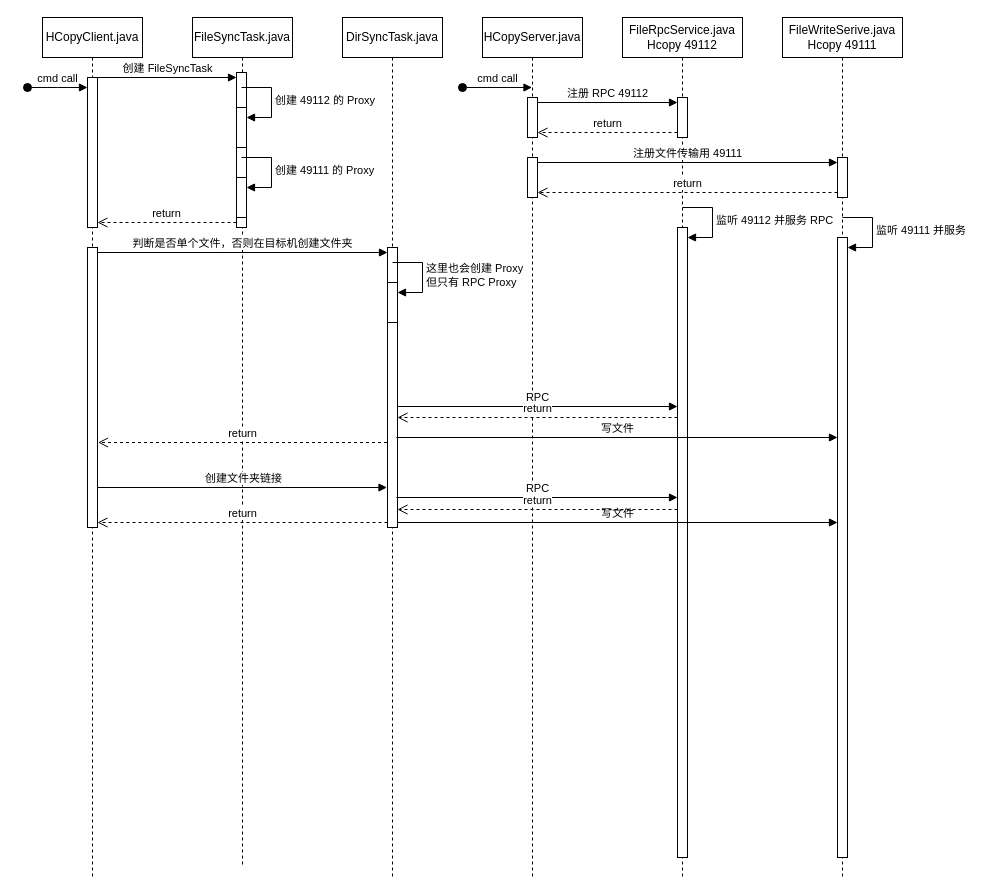
This is seq.drawio from int32max/myjs, a draw.io file, before an edit. Source tidied: cells renumbered, new cells numbered last; positions are measured from the earlier drawing's top-left corner, leaving out a move shared by most shapes. Both pictures are drawn from the tidied source at 100%, with x=0, y=0 at pixel (27, 17).
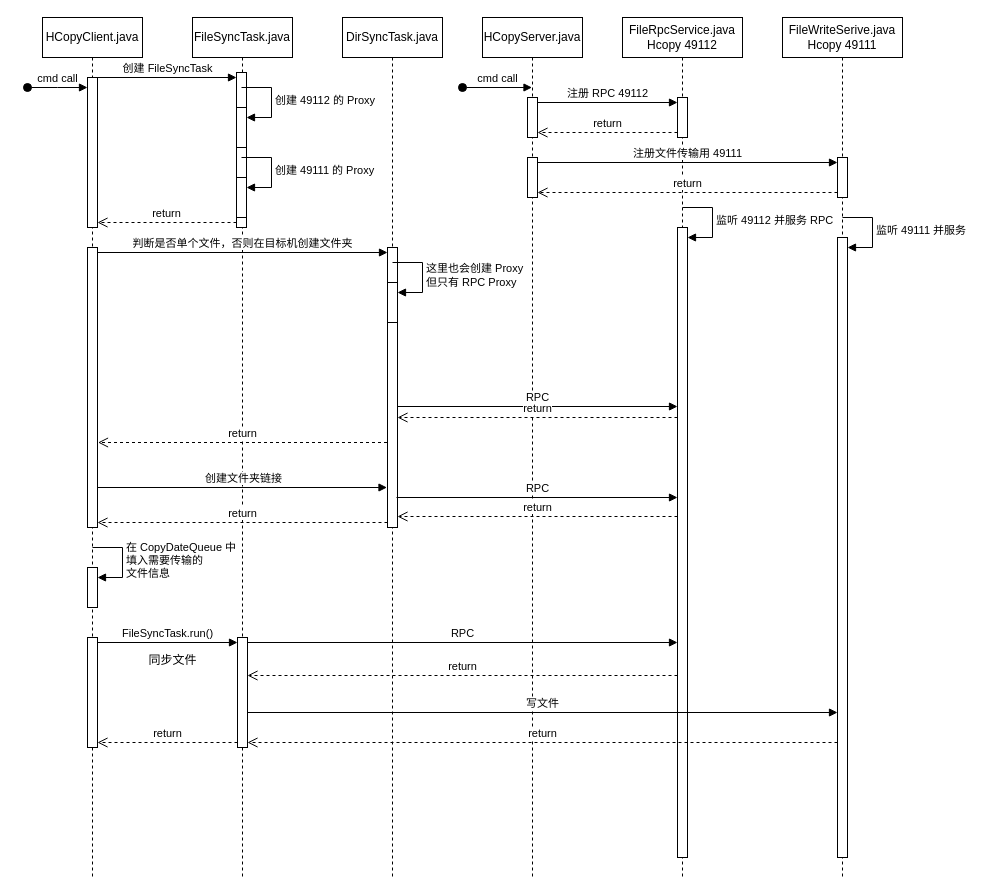
The same diagram, later.

The change refers to these unchanged cells:
```xml
<mxCell id="2" value="HCopyClient.java" style="shape=umlLifeline;perimeter=lifelinePerimeter;whiteSpace=wrap;html=1;newEdgeStyle={&quot;edgeStyle&quot;:&quot;elbowEdgeStyle&quot;,&quot;elbow&quot;:&quot;vertical&quot;,&quot;curved&quot;:0,&quot;rounded&quot;:0};" parent="1" vertex="1">
  <mxGeometry x="15" width="100" height="860" as="geometry" />
</mxCell>
<mxCell id="13" style="html=1;points=[[0,0,0,0,5],[0,1,0,0,-5],[1,0,0,0,5],[1,1,0,0,-5]];perimeter=orthogonalPerimeter;outlineConnect=0;targetShapes=umlLifeline;portConstraint=eastwest;newEdgeStyle={&quot;curved&quot;:0,&quot;rounded&quot;:0};" parent="12" vertex="1">
  <mxGeometry x="45" y="230" width="10" height="280" as="geometry" />
</mxCell>
<mxCell id="21" style="html=1;points=[[0,0,0,0,5],[0,1,0,0,-5],[1,0,0,0,5],[1,1,0,0,-5]];perimeter=orthogonalPerimeter;outlineConnect=0;targetShapes=umlLifeline;portConstraint=eastwest;newEdgeStyle={&quot;curved&quot;:0,&quot;rounded&quot;:0};" parent="19" vertex="1">
  <mxGeometry x="55" y="210" width="10" height="630" as="geometry" />
</mxCell>
<mxCell id="25" style="html=1;points=[[0,0,0,0,5],[0,1,0,0,-5],[1,0,0,0,5],[1,1,0,0,-5]];perimeter=orthogonalPerimeter;outlineConnect=0;targetShapes=umlLifeline;portConstraint=eastwest;newEdgeStyle={&quot;curved&quot;:0,&quot;rounded&quot;:0};" parent="23" vertex="1">
  <mxGeometry x="55" y="220" width="10" height="620" as="geometry" />
</mxCell>
```

What changed in the source:
```diff
@@
+    <mxCell id="44" style="html=1;points=[[0,0,0,0,5],[0,1,0,0,-5],[1,0,0,0,5],[1,1,0,0,-5]];perimeter=orthogonalPerimeter;outlineConnect=0;targetShapes=umlLifeline;portConstraint=eastwest;newEdgeStyle={&quot;curved&quot;:0,&quot;rounded&quot;:0};" parent="2" vertex="1">
+      <mxGeometry x="45" y="550" width="10" height="40" as="geometry" />
+    </mxCell>
+    <mxCell id="45" value="在 CopyDateQueue 中&lt;br&gt;填入需要传输的&lt;br&gt;文件信息" style="html=1;align=left;spacingLeft=2;endArrow=block;rounded=0;edgeStyle=orthogonalEdgeStyle;curved=0;rounded=0;" parent="2" edge="1" target="44">
+      <mxGeometry relative="1" as="geometry">
+        <mxPoint x="50" y="530" as="sourcePoint" />
+        <Array as="points">
+          <mxPoint x="80" y="560" />
+        </Array>
+      </mxGeometry>
+    </mxCell>
+    <mxCell id="46" style="html=1;points=[[0,0,0,0,5],[0,1,0,0,-5],[1,0,0,0,5],[1,1,0,0,-5]];perimeter=orthogonalPerimeter;outlineConnect=0;targetShapes=umlLifeline;portConstraint=eastwest;newEdgeStyle={&quot;curved&quot;:0,&quot;rounded&quot;:0};" parent="2" vertex="1">
+      <mxGeometry x="45" y="620" width="10" height="110" as="geometry" />
+    </mxCell>
     <mxCell id="6" value="FileSyncTask.java" style="shape=umlLifeline;perimeter=lifelinePerimeter;whiteSpace=wrap;html=1;newEdgeStyle={&quot;edgeStyle&quot;:&quot;elbowEdgeStyle&quot;,&quot;elbow&quot;:&quot;vertical&quot;,&quot;curved&quot;:0,&quot;rounded&quot;:0};" parent="1" vertex="1">
-      <mxGeometry x="165" width="100" height="850" as="geometry" />
+      <mxGeometry x="165" width="100" height="860" as="geometry" />
     </mxCell>
@@
+    <mxCell id="47" style="html=1;points=[[0,0,0,0,5],[0,1,0,0,-5],[1,0,0,0,5],[1,1,0,0,-5]];perimeter=orthogonalPerimeter;outlineConnect=0;targetShapes=umlLifeline;portConstraint=eastwest;newEdgeStyle={&quot;curved&quot;:0,&quot;rounded&quot;:0};" parent="6" vertex="1">
+      <mxGeometry x="45" y="620" width="10" height="110" as="geometry" />
+    </mxCell>
@@
-    <mxCell id="39" value="写文件" style="html=1;verticalAlign=bottom;endArrow=block;curved=0;rounded=0;" parent="1" edge="1">
-      <mxGeometry relative="1" as="geometry">
-        <mxPoint x="369" y="420" as="sourcePoint" />
-        <mxPoint x="810" y="420" as="targetPoint" />
-      </mxGeometry>
-    </mxCell>
@@
-    <mxCell id="41" value="写文件" style="html=1;verticalAlign=bottom;endArrow=block;curved=0;rounded=0;exitX=1;exitY=1;exitDx=0;exitDy=-5;exitPerimeter=0;" parent="1" edge="1" source="13" target="25">
-      <mxGeometry relative="1" as="geometry" />
-    </mxCell>
     <mxCell id="42" value="return" style="html=1;verticalAlign=bottom;endArrow=open;dashed=1;endSize=8;curved=0;rounded=0;" parent="1" edge="1">
       <mxGeometry relative="1" as="geometry">
-        <mxPoint x="650" y="492" as="sourcePoint" />
-        <mxPoint x="370" y="492" as="targetPoint" />
+        <mxPoint x="650" y="499" as="sourcePoint" />
+        <mxPoint x="370" y="499" as="targetPoint" />
       </mxGeometry>
     </mxCell>
@@
+    <mxCell id="48" value="FileSyncTask.run()" style="html=1;verticalAlign=bottom;endArrow=block;curved=0;rounded=0;entryX=0;entryY=0;entryDx=0;entryDy=5;exitX=1;exitY=0;exitDx=0;exitDy=5;exitPerimeter=0;" parent="1" edge="1" source="46" target="47">
+      <mxGeometry relative="1" as="geometry" />
+    </mxCell>
+    <mxCell id="49" value="return" style="html=1;verticalAlign=bottom;endArrow=open;dashed=1;endSize=8;curved=0;rounded=0;exitX=0;exitY=1;exitDx=0;exitDy=-5;entryX=1;entryY=1;entryDx=0;entryDy=-5;entryPerimeter=0;" parent="1" edge="1" source="47" target="46">
+      <mxGeometry relative="1" as="geometry" />
+    </mxCell>
+    <mxCell id="50" value="同步文件" style="text;html=1;align=center;verticalAlign=middle;strokeColor=none;fillColor=none;" parent="1" vertex="1">
+      <mxGeometry x="110" y="628" width="70" height="30" as="geometry" />
+    </mxCell>
+    <mxCell id="51" value="RPC" style="html=1;verticalAlign=bottom;endArrow=block;curved=0;rounded=0;exitX=1;exitY=0;exitDx=0;exitDy=5;exitPerimeter=0;" parent="1" edge="1" source="47" target="21">
+      <mxGeometry relative="1" as="geometry" />
+    </mxCell>
+    <mxCell id="52" value="return" style="html=1;verticalAlign=bottom;endArrow=open;dashed=1;endSize=8;curved=0;rounded=0;entryX=1;entryY=1;entryDx=0;entryDy=-5;entryPerimeter=0;" parent="1" edge="1" source="25" target="47">
+      <mxGeometry relative="1" as="geometry" />
+    </mxCell>
+    <mxCell id="53" value="return" style="html=1;verticalAlign=bottom;endArrow=open;dashed=1;endSize=8;curved=0;rounded=0;" parent="1" edge="1">
+      <mxGeometry relative="1" as="geometry">
+        <mxPoint x="650" y="658" as="sourcePoint" />
+        <mxPoint x="220" y="658" as="targetPoint" />
+      </mxGeometry>
+    </mxCell>
+    <mxCell id="39" value="写文件" style="html=1;verticalAlign=bottom;endArrow=block;curved=0;rounded=0;" parent="1" edge="1">
+      <mxGeometry relative="1" as="geometry">
+        <mxPoint x="220" y="695" as="sourcePoint" />
+        <mxPoint x="810" y="695" as="targetPoint" />
+      </mxGeometry>
+    </mxCell>
```
